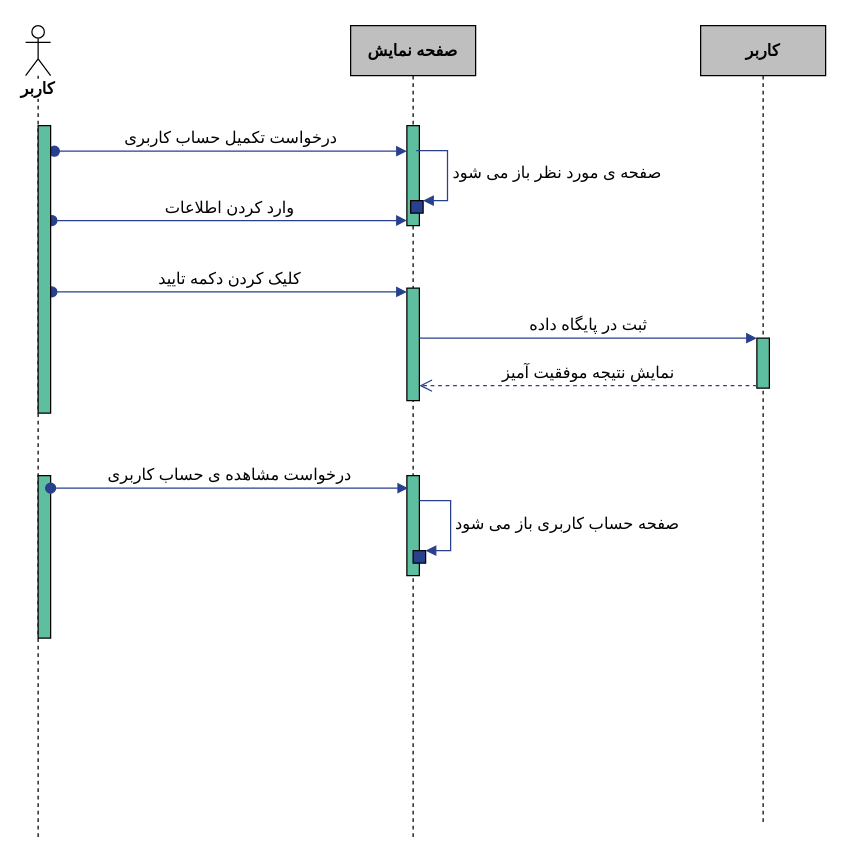
ShadiMe-flutter/Workout keeps this draw.io diagram as Docs./SeqDiagram-ManageProfile.drawio. Above is the earlier version. Source tidied: cells renumbered, new cells numbered last; positions are measured from the earlier drawing's top-left corner, leaving out a move shared by most shapes. Both pictures are drawn from the tidied source at 125%, with x=0, y=0 at pixel (25, 25).
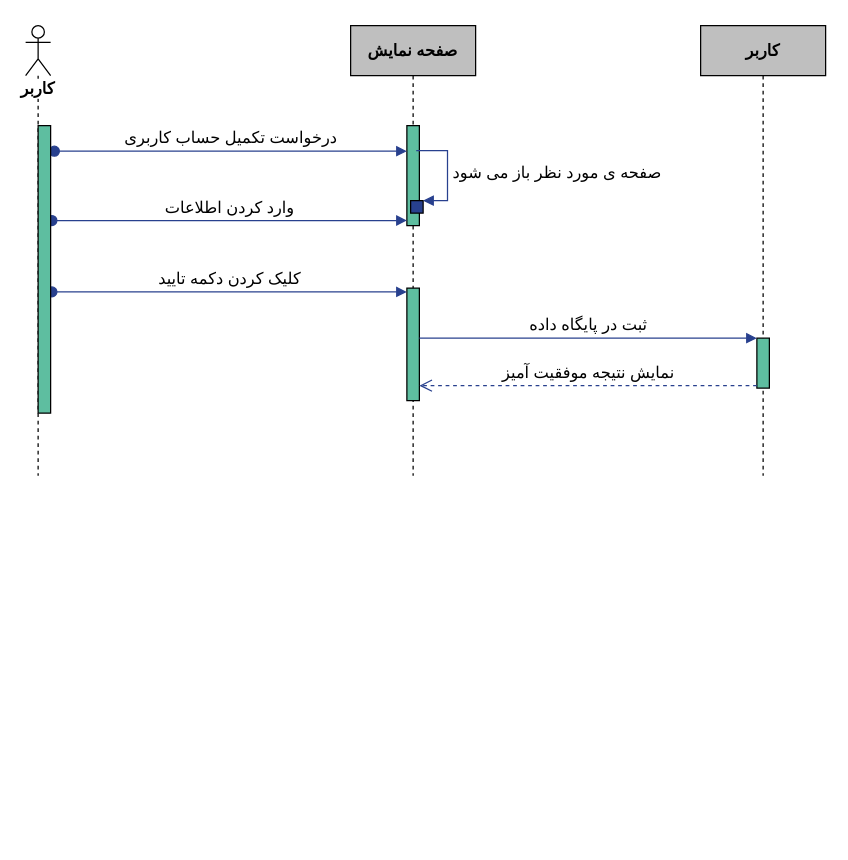
Above is the later version.

Change to the diagram source:
```diff
@@
     <mxCell id="2" value="کاربر" style="shape=umlLifeline;participant=umlActor;perimeter=lifelinePerimeter;whiteSpace=wrap;html=1;verticalAlign=top;spacingTop=36;labelBackgroundColor=#ffffff;size=40;fontFamily=B Zar;fontSize=13;fontStyle=1;" parent="1" vertex="1">
-      <mxGeometry width="20" height="650" as="geometry" />
+      <mxGeometry width="20" height="360" as="geometry" />
     </mxCell>
-    <mxCell id="3" style="html=1;perimeter=orthogonalPerimeter;fillColor=#5EBEA0;" parent="2" vertex="1">
-      <mxGeometry x="10" y="360" width="10" height="130" as="geometry" />
-    </mxCell>
     <mxCell id="4" value="&lt;font style=&quot;font-size: 13px;&quot;&gt;&lt;br style=&quot;font-size: 13px;&quot;&gt;صفحه نمایش&lt;br style=&quot;font-size: 13px;&quot;&gt;&lt;/font&gt;&lt;br style=&quot;font-size: 13px;&quot;&gt;" style="shape=umlLifeline;perimeter=lifelinePerimeter;whiteSpace=wrap;html=1;fontStyle=1;fontFamily=B Zar;fontSize=13;fillColor=#BFBFBF;" parent="1" vertex="1">
-      <mxGeometry x="260" width="100" height="650" as="geometry" />
+      <mxGeometry x="260" width="100" height="360" as="geometry" />
     </mxCell>
@@
-    <mxCell id="8" style="html=1;points=[];perimeter=orthogonalPerimeter;fillColor=#5EBEA0;" parent="4" vertex="1">
-      <mxGeometry x="45" y="360" width="10" height="80" as="geometry" />
-    </mxCell>
     <mxCell id="9" value="کاربر" style="shape=umlLifeline;perimeter=lifelinePerimeter;whiteSpace=wrap;html=1;fontSize=13;fontFamily=B Zar;fontStyle=1;fillColor=#BFBFBF;" parent="1" vertex="1">
-      <mxGeometry x="540" width="100" height="640" as="geometry" />
+      <mxGeometry x="540" width="100" height="360" as="geometry" />
     </mxCell>
@@
-    <mxCell id="17" value="&lt;font style=&quot;font-size: 13px&quot;&gt;درخواست مشاهده ی حساب کاربری&lt;/font&gt;" style="html=1;verticalAlign=bottom;startArrow=oval;endArrow=block;startSize=8;entryX=0.1;entryY=0.125;entryDx=0;entryDy=0;entryPerimeter=0;fontFamily=B Zar;fontSize=13;strokeColor=#28408E;" parent="1" edge="1" target="8">
-      <mxGeometry relative="1" as="geometry">
-        <mxPoint x="20" y="370" as="sourcePoint" />
-      </mxGeometry>
-    </mxCell>
-    <mxCell id="18" style="html=1;points=[];perimeter=orthogonalPerimeter;fillColor=#28408E;" parent="1" vertex="1">
-      <mxGeometry x="310" y="420" width="10" height="10" as="geometry" />
-    </mxCell>
-    <mxCell id="19" value="&lt;font style=&quot;font-size: 13px&quot;&gt;صفحه حساب کاربری باز می شود&lt;/font&gt;" style="edgeStyle=orthogonalEdgeStyle;html=1;align=left;spacingLeft=2;endArrow=block;rounded=0;entryX=1;entryY=0;fontSize=13;fontFamily=B Zar;strokeColor=#28408E;" parent="1" edge="1" target="18">
-      <mxGeometry relative="1" as="geometry">
-        <mxPoint x="315" y="380" as="sourcePoint" />
-        <Array as="points">
-          <mxPoint x="340" y="380" />
-        </Array>
-      </mxGeometry>
-    </mxCell>
```
